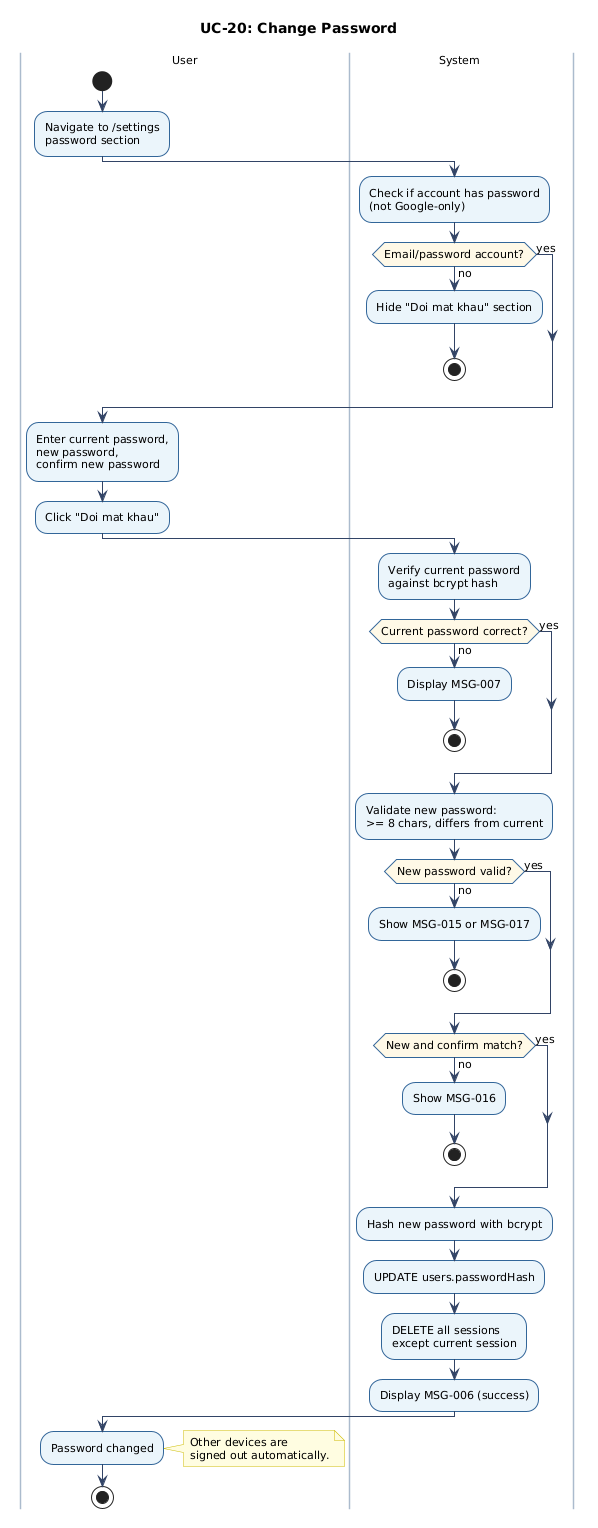
This is docs/figures/uc-20-activity.png from chinhbmt122/Software-Architecture, a PlantUML export, as it was before one commit. Its diagram source:
```plantuml
@startuml
skinparam defaultFontName Arial
skinparam defaultFontSize 11
skinparam ArrowColor #334466
skinparam ActivityBorderColor #336699
skinparam ActivityBackgroundColor #EBF4FA
skinparam ActivityBorderThickness 1
skinparam ActivityDiamondBorderColor #336699
skinparam ActivityDiamondBackgroundColor #FFF9E6
skinparam NoteBackgroundColor #FFFCE0
skinparam NoteBorderColor #CCBB00
skinparam swimlaneBorderColor #AABBCC
skinparam swimlaneWidth 160
skinparam shadowing false
title UC-20: Change Password
|User|
start
:Navigate to /settings\npassword section;
|System|
:Check if account has password\n(not Google-only);
if (Email/password account?) then (no)
  :Hide "Doi mat khau" section;
  stop
else (yes)
endif
|User|
:Enter current password,\nnew password,\nconfirm new password;
:Click "Doi mat khau";
|System|
:Verify current password\nagainst bcrypt hash;
if (Current password correct?) then (no)
  :Display MSG-007;
  stop
else (yes)
endif
:Validate new password:\n>= 8 chars, differs from current;
if (New password valid?) then (no)
  :Show MSG-015 or MSG-017;
  stop
else (yes)
endif
if (New and confirm match?) then (no)
  :Show MSG-016;
  stop
else (yes)
endif
:Hash new password with bcrypt;
:UPDATE users.passwordHash;
:DELETE all sessions\nexcept current session;
:Display MSG-006 (success);
|User|
:Password changed;
note right
  Other devices are
  signed out automatically.
end note
stop
@enduml
```
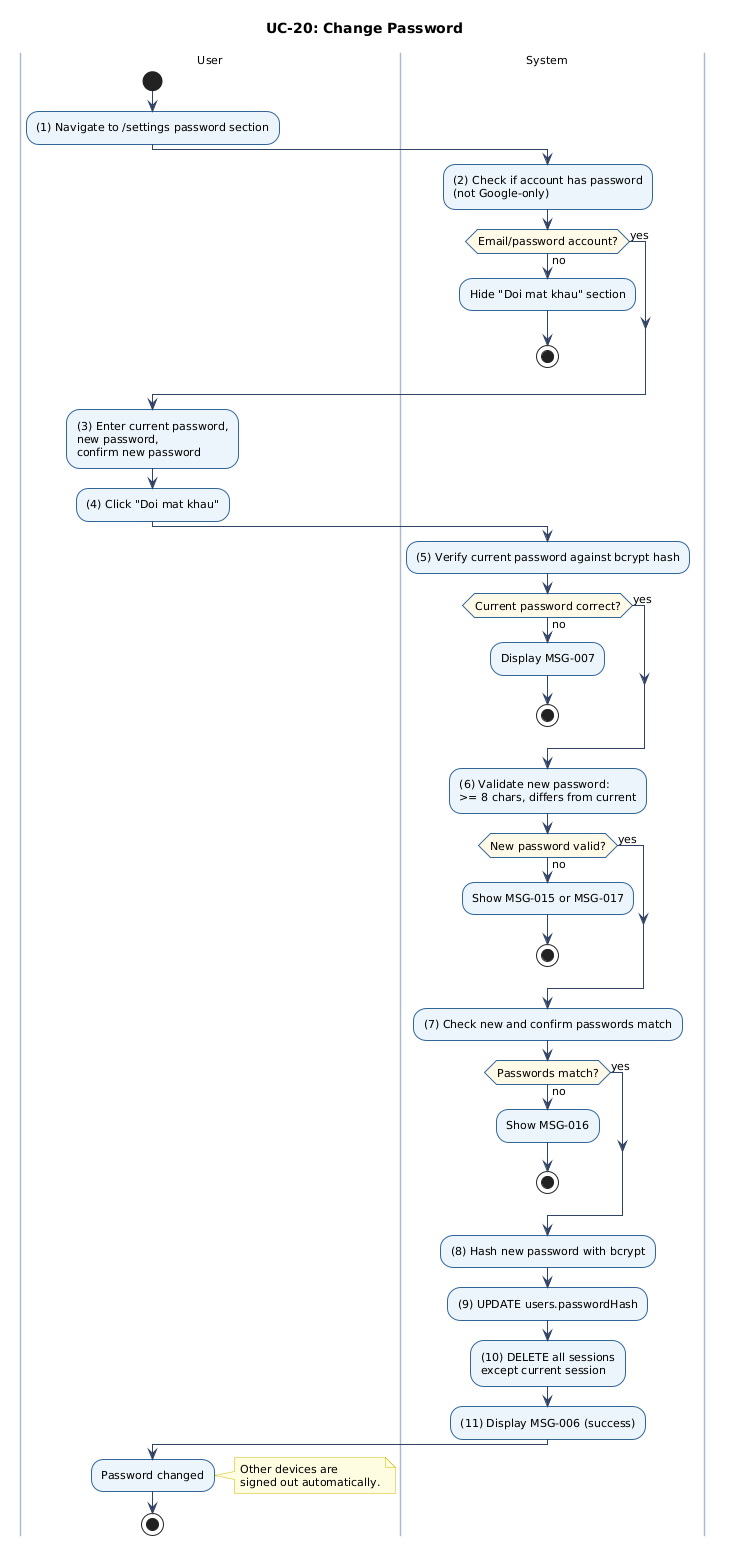
After the commit.

Change to the diagram source:
```diff
@@ -15,39 +15,40 @@
 title UC-20: Change Password
 |User|
 start
-:Navigate to /settings\npassword section;
+:(1) Navigate to /settings password section;
 |System|
-:Check if account has password\n(not Google-only);
+:(2) Check if account has password\n(not Google-only);
 if (Email/password account?) then (no)
   :Hide "Doi mat khau" section;
   stop
 else (yes)
 endif
 |User|
-:Enter current password,\nnew password,\nconfirm new password;
-:Click "Doi mat khau";
+:(3) Enter current password,\nnew password,\nconfirm new password;
+:(4) Click "Doi mat khau";
 |System|
-:Verify current password\nagainst bcrypt hash;
+:(5) Verify current password against bcrypt hash;
 if (Current password correct?) then (no)
   :Display MSG-007;
   stop
 else (yes)
 endif
-:Validate new password:\n>= 8 chars, differs from current;
+:(6) Validate new password:\n>= 8 chars, differs from current;
 if (New password valid?) then (no)
   :Show MSG-015 or MSG-017;
   stop
 else (yes)
 endif
-if (New and confirm match?) then (no)
+:(7) Check new and confirm passwords match;
+if (Passwords match?) then (no)
   :Show MSG-016;
   stop
 else (yes)
 endif
-:Hash new password with bcrypt;
-:UPDATE users.passwordHash;
-:DELETE all sessions\nexcept current session;
-:Display MSG-006 (success);
+:(8) Hash new password with bcrypt;
+:(9) UPDATE users.passwordHash;
+:(10) DELETE all sessions\nexcept current session;
+:(11) Display MSG-006 (success);
 |User|
 :Password changed;
 note right
```
